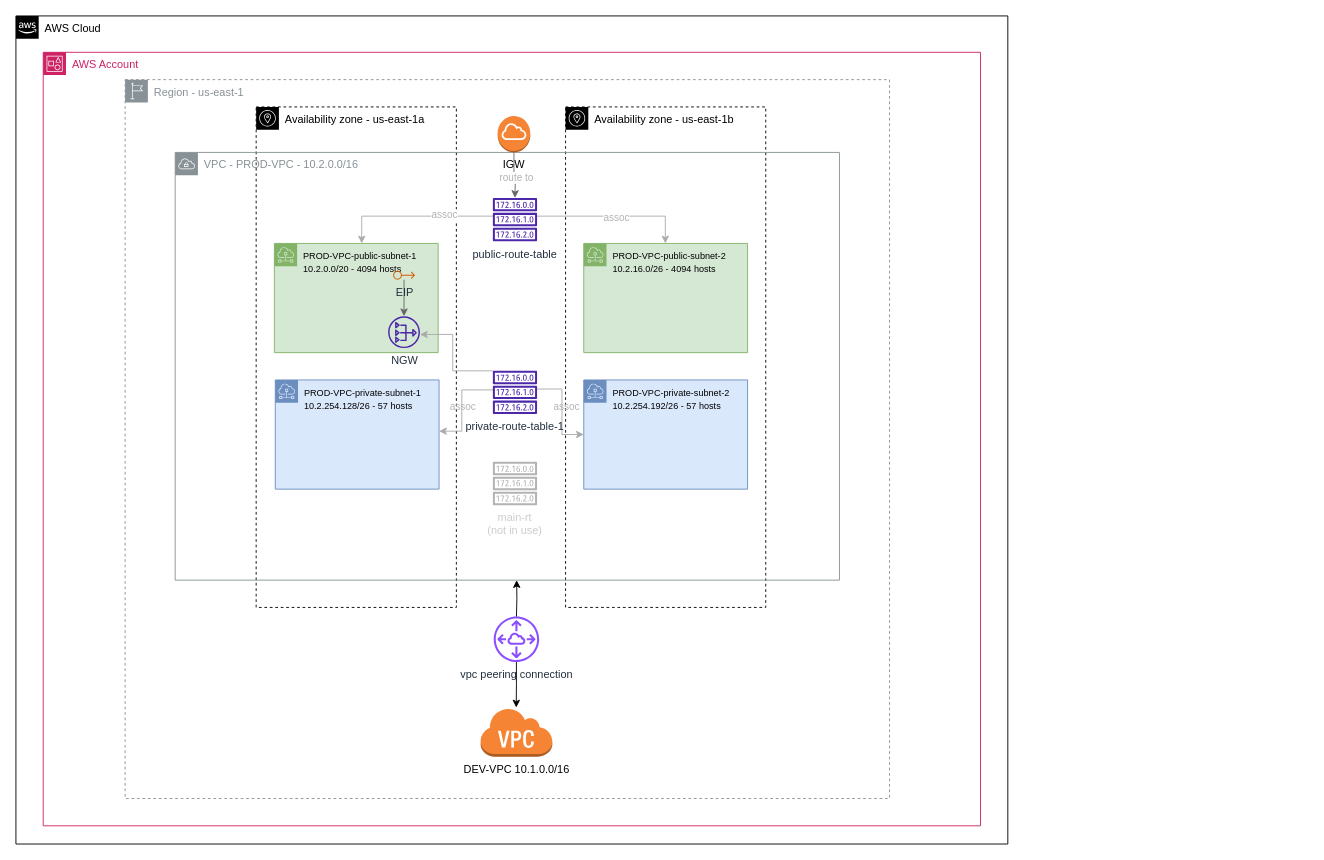
Above: 0008_-_create_a_vpc_for_production/0008_diagram.drawio in kingparra/procore-internship (draw.io), before the change. Source tidied: cells renumbered, new cells numbered last; positions are measured from the earlier drawing's top-left corner, leaving out a move shared by most shapes. Both pictures are drawn from the tidied source at 91%, with x=0, y=0 at pixel (15, 15).
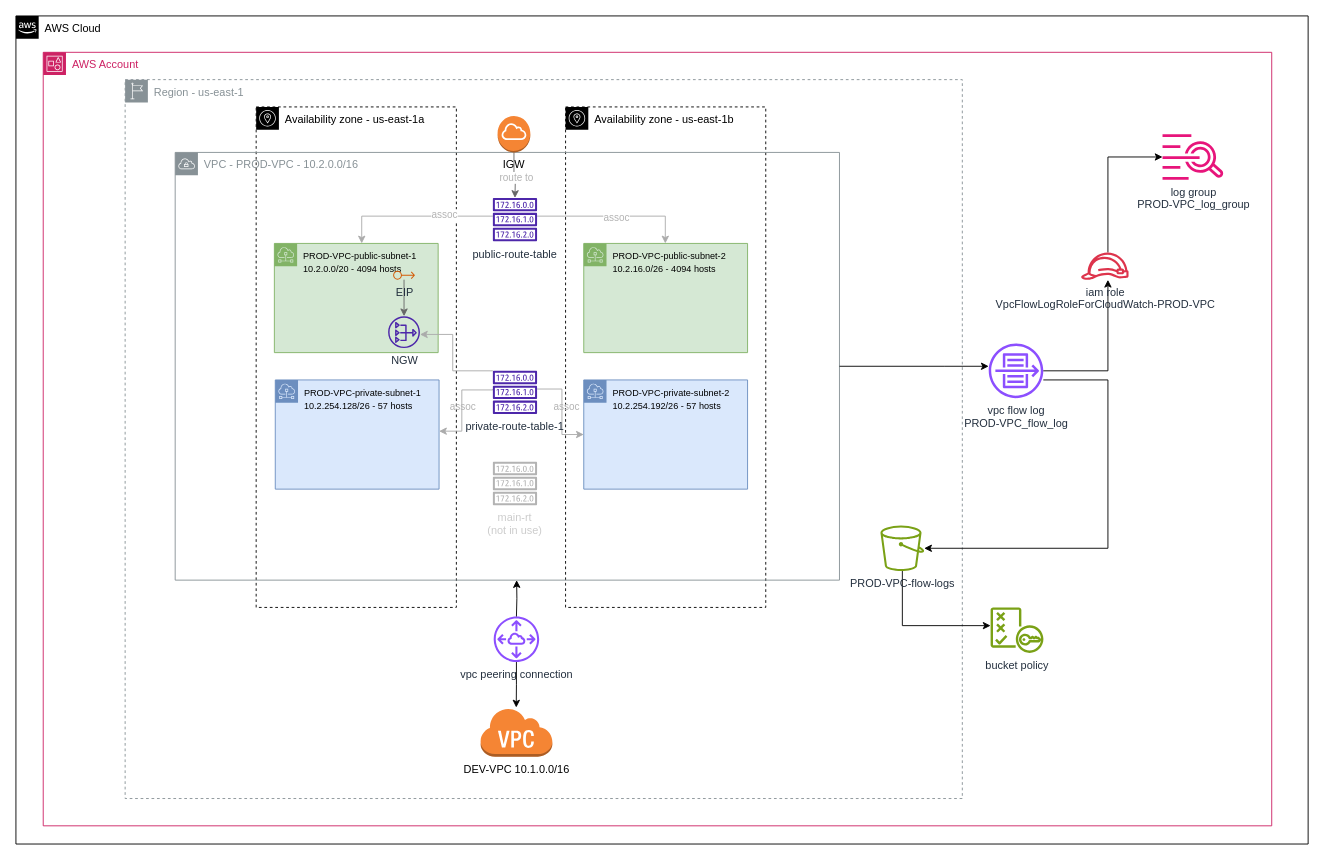
The same page after the edit.

Commit message (it also covers changes not shown here):
Add vpc flow log to diagram 0008

The change refers to these unchanged cells:
```xml
<mxCell id="8" value="VPC - PROD-VPC - 10.2.0.0/16" style="sketch=0;outlineConnect=0;gradientColor=none;html=1;whiteSpace=wrap;fontSize=12;fontStyle=0;shape=mxgraph.aws4.group;grIcon=mxgraph.aws4.group_vpc;strokeColor=#879196;fillColor=none;verticalAlign=top;align=left;spacingLeft=30;fontColor=#879196;dashed=0;" parent="7" vertex="1">
  <mxGeometry x="175" y="150" width="730" height="470" as="geometry" />
</mxCell>
```

What changed in the source:
```diff
@@
     <mxCell id="2" value="AWS Cloud" style="html=1;whiteSpace=wrap;fontSize=12;fontStyle=0;shape=mxgraph.aws4.group;grIcon=mxgraph.aws4.group_aws_cloud_alt;verticalAlign=top;align=left;spacingLeft=30;dashed=0;labelBackgroundColor=#ffffff;fillColor=none;" parent="1" vertex="1">
-      <mxGeometry width="1090" height="910" as="geometry" />
+      <mxGeometry width="1420" height="910" as="geometry" />
     </mxCell>
     <mxCell id="3" value="AWS Account" style="gradientColor=none;html=1;whiteSpace=wrap;fontSize=12;fontStyle=0;shape=mxgraph.aws4.group;grIcon=mxgraph.aws4.group_account;strokeColor=#CD2264;fillColor=none;verticalAlign=top;align=left;spacingLeft=30;fontColor=#CD2264;dashed=0;" parent="1" vertex="1">
-      <mxGeometry x="30" y="40" width="1030" height="850" as="geometry" />
+      <mxGeometry x="30" y="40" width="1350" height="850" as="geometry" />
     </mxCell>
     <mxCell id="4" value="Region - us-east-1" style="sketch=0;gradientColor=none;html=1;whiteSpace=wrap;fontSize=12;fontStyle=0;shape=mxgraph.aws4.group;grIcon=mxgraph.aws4.group_region;strokeColor=#879196;fillColor=none;verticalAlign=top;align=left;spacingLeft=30;fontColor=#879196;dashed=1;" parent="1" vertex="1">
-      <mxGeometry x="120" y="70" width="840" height="790" as="geometry" />
+      <mxGeometry x="120" y="70" width="920" height="790" as="geometry" />
     </mxCell>
@@
+    <mxCell id="39" parent="0" />
+    <mxCell id="40" style="edgeStyle=orthogonalEdgeStyle;rounded=0;jettySize=auto;html=1;" parent="39" edge="1" source="8" target="41">
+      <mxGeometry relative="1" as="geometry">
+        <Array as="points">
+          <mxPoint x="1020" y="385" />
+          <mxPoint x="1020" y="385" />
+        </Array>
+      </mxGeometry>
+    </mxCell>
+    <mxCell id="41" value="vpc flow log&lt;br&gt;PROD-VPC_flow_log" style="sketch=0;outlineConnect=0;fontColor=#232F3E;gradientColor=none;fillColor=#8C4FFF;strokeColor=none;dashed=0;verticalLabelPosition=bottom;verticalAlign=top;align=center;html=1;fontSize=12;fontStyle=0;shape=mxgraph.aws4.flow_logs;" parent="39" vertex="1">
+      <mxGeometry x="1069" y="360" width="60" height="60" as="geometry" />
+    </mxCell>
+    <mxCell id="42" value="log group&lt;br&gt;PROD-VPC_log_group" style="sketch=0;outlineConnect=0;fontColor=#232F3E;gradientColor=none;fillColor=#E7157B;strokeColor=none;dashed=0;verticalLabelPosition=bottom;verticalAlign=top;align=center;html=1;fontSize=12;fontStyle=0;shape=mxgraph.aws4.cloudwatch_logs;" parent="39" vertex="1">
+      <mxGeometry x="1260" y="130" width="67.2" height="50" as="geometry" />
+    </mxCell>
+    <mxCell id="43" style="edgeStyle=orthogonalEdgeStyle;rounded=0;jettySize=auto;html=1;" parent="39" edge="1" source="41" target="45">
+      <mxGeometry relative="1" as="geometry">
+        <Array as="points">
+          <mxPoint x="1200" y="390" />
+        </Array>
+      </mxGeometry>
+    </mxCell>
+    <mxCell id="44" style="edgeStyle=orthogonalEdgeStyle;rounded=0;jettySize=auto;html=1;" parent="39" edge="1" source="45" target="42">
+      <mxGeometry relative="1" as="geometry">
+        <Array as="points">
+          <mxPoint x="1200" y="155" />
+        </Array>
+      </mxGeometry>
+    </mxCell>
+    <mxCell id="45" value="iam role&lt;br&gt;VpcFlowLogRoleForCloudWatch-PROD-VPC" style="sketch=0;outlineConnect=0;fontColor=#232F3E;gradientColor=none;fillColor=#DD344C;strokeColor=none;dashed=0;verticalLabelPosition=bottom;verticalAlign=top;align=center;html=1;fontSize=12;fontStyle=0;shape=mxgraph.aws4.role;" parent="39" vertex="1">
+      <mxGeometry x="1170" y="260" width="53.2" height="30" as="geometry" />
+    </mxCell>
+    <mxCell id="46" style="edgeStyle=orthogonalEdgeStyle;rounded=0;jettySize=auto;html=1;" parent="39" edge="1" source="47" target="49">
+      <mxGeometry relative="1" as="geometry">
+        <Array as="points">
+          <mxPoint x="974" y="670" />
+        </Array>
+      </mxGeometry>
+    </mxCell>
+    <mxCell id="47" value="PROD-VPC-flow-logs" style="sketch=0;outlineConnect=0;fontColor=#232F3E;gradientColor=none;fillColor=#7AA116;strokeColor=none;dashed=0;verticalLabelPosition=bottom;verticalAlign=top;align=center;html=1;fontSize=12;fontStyle=0;shape=mxgraph.aws4.bucket;" parent="39" vertex="1">
+      <mxGeometry x="950" y="560" width="48.1" height="50" as="geometry" />
+    </mxCell>
+    <mxCell id="48" style="edgeStyle=orthogonalEdgeStyle;rounded=0;jettySize=auto;html=1;" parent="39" edge="1" source="41" target="47">
+      <mxGeometry relative="1" as="geometry">
+        <Array as="points">
+          <mxPoint x="1200" y="400" />
+          <mxPoint x="1200" y="585" />
+        </Array>
+      </mxGeometry>
+    </mxCell>
+    <mxCell id="49" value="bucket policy" style="sketch=0;outlineConnect=0;fontColor=#232F3E;gradientColor=none;fillColor=#7AA116;strokeColor=none;dashed=0;verticalLabelPosition=bottom;verticalAlign=top;align=center;html=1;fontSize=12;fontStyle=0;shape=mxgraph.aws4.policy;" parent="39" vertex="1">
+      <mxGeometry x="1071" y="650" width="58.2" height="50" as="geometry" />
+    </mxCell>
```
